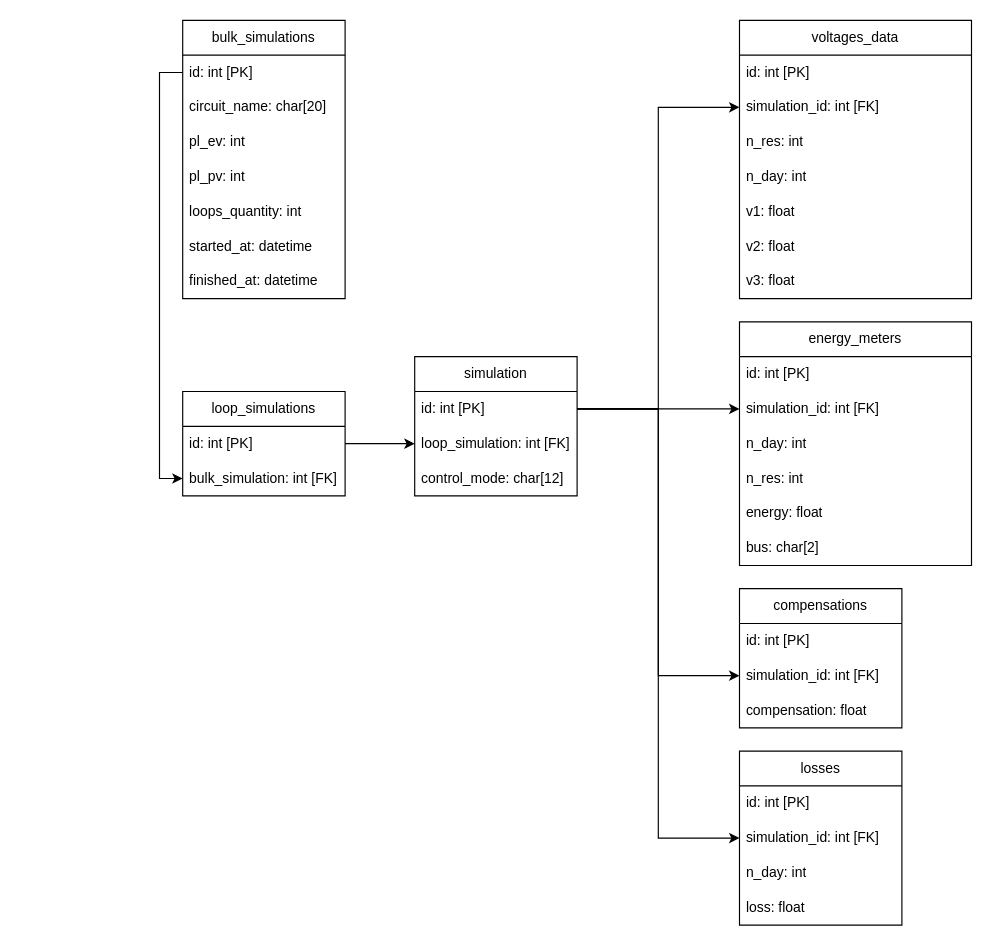
Earlier version of the draw.io diagram page "database" (1 of 2) of docs/diagram.drawio (raphaelnunes67/NetSim-CA746-CA744). Source tidied: cells renumbered, new cells numbered last; positions are measured from the earlier drawing's top-left corner, leaving out a move shared by most shapes. Both pictures are drawn from the tidied source at 116%, with x=0, y=0 at pixel (182, 20).
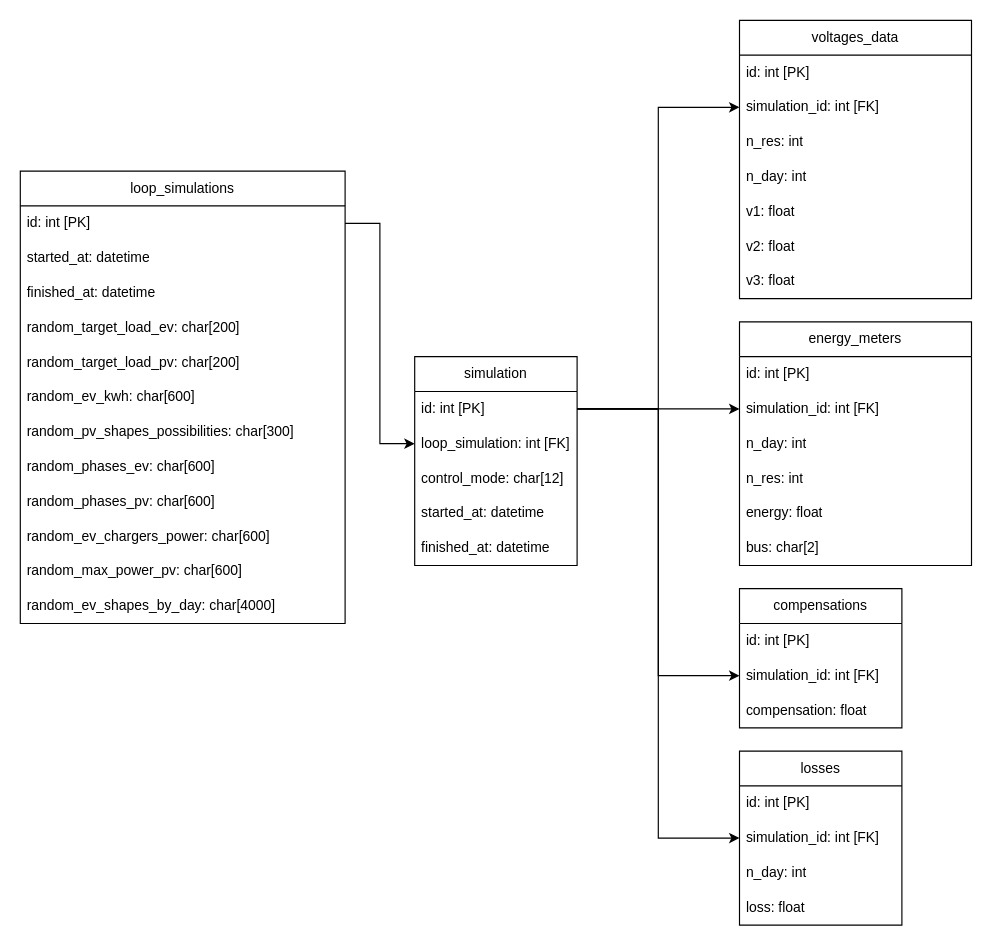
Above is the later version.

Diff of the diagram source:
```diff
@@
-    <mxCell id="2" value="bulk_simulations" style="swimlane;fontStyle=0;horizontal=1;startSize=30;whiteSpace=wrap;html=1;" parent="1" vertex="1">
-      <mxGeometry width="140" height="240" as="geometry" />
-    </mxCell>
-    <mxCell id="3" value="id: int [PK]" style="text;strokeColor=none;fillColor=none;align=left;verticalAlign=middle;spacingLeft=4;spacingRight=4;overflow=hidden;points=[[0,0.5],[1,0.5]];portConstraint=eastwest;whiteSpace=wrap;html=1;" parent="2" vertex="1">
-      <mxGeometry y="30" width="140" height="30" as="geometry" />
-    </mxCell>
-    <mxCell id="4" value="circuit_name: char[20]" style="text;strokeColor=none;fillColor=none;align=left;verticalAlign=middle;spacingLeft=4;spacingRight=4;overflow=hidden;whiteSpace=wrap;html=1;" parent="2" vertex="1">
-      <mxGeometry y="60" width="140" height="30" as="geometry" />
-    </mxCell>
-    <mxCell id="5" value="pl_ev: int&lt;span style=&quot;white-space: pre;&quot;&gt;&#9;&lt;/span&gt;" style="text;strokeColor=none;fillColor=none;align=left;verticalAlign=middle;spacingLeft=4;spacingRight=4;overflow=hidden;whiteSpace=wrap;html=1;" parent="2" vertex="1">
-      <mxGeometry y="90" width="140" height="30" as="geometry" />
-    </mxCell>
-    <mxCell id="6" value="pl_pv: int" style="text;strokeColor=none;fillColor=none;align=left;verticalAlign=middle;spacingLeft=4;spacingRight=4;overflow=hidden;whiteSpace=wrap;html=1;" parent="2" vertex="1">
-      <mxGeometry y="120" width="140" height="30" as="geometry" />
-    </mxCell>
-    <mxCell id="7" value="loops_quantity: int" style="text;strokeColor=none;fillColor=none;align=left;verticalAlign=middle;spacingLeft=4;spacingRight=4;overflow=hidden;whiteSpace=wrap;html=1;" parent="2" vertex="1">
-      <mxGeometry y="150" width="140" height="30" as="geometry" />
-    </mxCell>
-    <mxCell id="8" value="started_at: datetime" style="text;strokeColor=none;fillColor=none;align=left;verticalAlign=middle;spacingLeft=4;spacingRight=4;overflow=hidden;whiteSpace=wrap;html=1;" parent="2" vertex="1">
-      <mxGeometry y="180" width="140" height="30" as="geometry" />
-    </mxCell>
-    <mxCell id="9" value="finished_at: datetime" style="text;strokeColor=none;fillColor=none;align=left;verticalAlign=middle;spacingLeft=4;spacingRight=4;overflow=hidden;whiteSpace=wrap;html=1;" parent="2" vertex="1">
-      <mxGeometry y="210" width="140" height="30" as="geometry" />
-    </mxCell>
@@
     <mxCell id="14" value="loop_simulations" style="swimlane;fontStyle=0;horizontal=1;startSize=30;whiteSpace=wrap;html=1;" parent="1" vertex="1">
-      <mxGeometry y="320" width="140" height="90" as="geometry" />
+      <mxGeometry x="-140" y="130" width="280" height="390" as="geometry" />
     </mxCell>
     <mxCell id="15" value="id: int [PK]" style="text;strokeColor=none;fillColor=none;align=left;verticalAlign=middle;spacingLeft=4;spacingRight=4;overflow=hidden;points=[[0,0.5],[1,0.5]];portConstraint=eastwest;whiteSpace=wrap;html=1;" parent="14" vertex="1">
-      <mxGeometry y="30" width="140" height="30" as="geometry" />
+      <mxGeometry y="30" width="280" height="30" as="geometry" />
     </mxCell>
-    <mxCell id="16" value="bulk_simulation: int [FK]" style="text;strokeColor=none;fillColor=none;align=left;verticalAlign=middle;spacingLeft=4;spacingRight=4;overflow=hidden;points=[[0,0.5],[1,0.5]];portConstraint=eastwest;whiteSpace=wrap;html=1;" parent="14" vertex="1">
-      <mxGeometry y="60" width="140" height="30" as="geometry" />
-    </mxCell>
@@
+    <mxCell id="49" value="started_at: datetime" style="text;strokeColor=none;fillColor=none;align=left;verticalAlign=middle;spacingLeft=4;spacingRight=4;overflow=hidden;whiteSpace=wrap;html=1;" parent="14" vertex="1">
+      <mxGeometry y="60" width="280" height="30" as="geometry" />
+    </mxCell>
+    <mxCell id="50" value="finished_at: datetime" style="text;strokeColor=none;fillColor=none;align=left;verticalAlign=middle;spacingLeft=4;spacingRight=4;overflow=hidden;whiteSpace=wrap;html=1;" parent="14" vertex="1">
+      <mxGeometry y="90" width="280" height="30" as="geometry" />
+    </mxCell>
+    <mxCell id="51" value="random_target_load_ev: char[200]" style="text;strokeColor=none;fillColor=none;align=left;verticalAlign=middle;spacingLeft=4;spacingRight=4;overflow=hidden;whiteSpace=wrap;html=1;" parent="14" vertex="1">
+      <mxGeometry y="120" width="280" height="30" as="geometry" />
+    </mxCell>
+    <mxCell id="52" value="random_target_load_pv: char[200]" style="text;strokeColor=none;fillColor=none;align=left;verticalAlign=middle;spacingLeft=4;spacingRight=4;overflow=hidden;whiteSpace=wrap;html=1;" parent="14" vertex="1">
+      <mxGeometry y="150" width="280" height="30" as="geometry" />
+    </mxCell>
+    <mxCell id="53" value="random_ev_kwh: char[600]" style="text;strokeColor=none;fillColor=none;align=left;verticalAlign=middle;spacingLeft=4;spacingRight=4;overflow=hidden;whiteSpace=wrap;html=1;" parent="14" vertex="1">
+      <mxGeometry y="180" width="280" height="30" as="geometry" />
+    </mxCell>
+    <mxCell id="54" value="random_pv_shapes_possibilities: char[300]" style="text;strokeColor=none;fillColor=none;align=left;verticalAlign=middle;spacingLeft=4;spacingRight=4;overflow=hidden;whiteSpace=wrap;html=1;" parent="14" vertex="1">
+      <mxGeometry y="210" width="280" height="30" as="geometry" />
+    </mxCell>
+    <mxCell id="55" value="random_phases_ev: char[600]" style="text;strokeColor=none;fillColor=none;align=left;verticalAlign=middle;spacingLeft=4;spacingRight=4;overflow=hidden;whiteSpace=wrap;html=1;" parent="14" vertex="1">
+      <mxGeometry y="240" width="280" height="30" as="geometry" />
+    </mxCell>
+    <mxCell id="56" value="random_phases_pv: char[600]" style="text;strokeColor=none;fillColor=none;align=left;verticalAlign=middle;spacingLeft=4;spacingRight=4;overflow=hidden;whiteSpace=wrap;html=1;" parent="14" vertex="1">
+      <mxGeometry y="270" width="280" height="30" as="geometry" />
+    </mxCell>
+    <mxCell id="57" value="random_ev_chargers_power: char[600]" style="text;strokeColor=none;fillColor=none;align=left;verticalAlign=middle;spacingLeft=4;spacingRight=4;overflow=hidden;whiteSpace=wrap;html=1;" parent="14" vertex="1">
+      <mxGeometry y="300" width="280" height="30" as="geometry" />
+    </mxCell>
+    <mxCell id="58" value="random_max_power_pv: char[600]" style="text;strokeColor=none;fillColor=none;align=left;verticalAlign=middle;spacingLeft=4;spacingRight=4;overflow=hidden;whiteSpace=wrap;html=1;" parent="14" vertex="1">
+      <mxGeometry y="330" width="280" height="30" as="geometry" />
+    </mxCell>
+    <mxCell id="59" value="random_ev_shapes_by_day: char[4000]" style="text;strokeColor=none;fillColor=none;align=left;verticalAlign=middle;spacingLeft=4;spacingRight=4;overflow=hidden;whiteSpace=wrap;html=1;" parent="14" vertex="1">
+      <mxGeometry y="360" width="280" height="30" as="geometry" />
+    </mxCell>
@@
-    <mxCell id="38" style="edgeStyle=orthogonalEdgeStyle;rounded=0;jettySize=auto;html=1;exitX=0;exitY=0.5;exitDx=0;exitDy=0;entryX=0;entryY=0.5;entryDx=0;entryDy=0;" parent="1" edge="1" source="3" target="16">
-      <mxGeometry relative="1" as="geometry" />
-    </mxCell>
     <mxCell id="39" value="simulation" style="swimlane;fontStyle=0;horizontal=1;startSize=30;whiteSpace=wrap;html=1;" parent="1" vertex="1">
-      <mxGeometry x="200" y="290" width="140" height="120" as="geometry" />
+      <mxGeometry x="200" y="290" width="140" height="180" as="geometry" />
     </mxCell>
@@
+    <mxCell id="60" value="started_at: datetime" style="text;strokeColor=none;fillColor=none;align=left;verticalAlign=middle;spacingLeft=4;spacingRight=4;overflow=hidden;whiteSpace=wrap;html=1;" parent="39" vertex="1">
+      <mxGeometry y="120" width="140" height="30" as="geometry" />
+    </mxCell>
+    <mxCell id="61" value="finished_at: datetime" style="text;strokeColor=none;fillColor=none;align=left;verticalAlign=middle;spacingLeft=4;spacingRight=4;overflow=hidden;whiteSpace=wrap;html=1;" parent="39" vertex="1">
+      <mxGeometry y="150" width="140" height="30" as="geometry" />
+    </mxCell>
```
